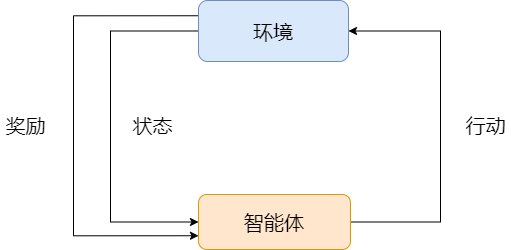
The draw.io diagram rl.drawio.png in lakomi/pictures, before a commit. Source tidied: cells renumbered, new cells last; positions are measured from the earlier drawing's top-left corner, leaving out a move shared by most shapes.
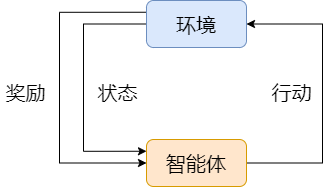
Above is the later version.

The edit, as a diff of the source:
```diff
@@ -2,44 +2,44 @@
   <root>
     <mxCell id="0" />
     <mxCell id="1" parent="0" />
-    <mxCell id="2" style="edgeStyle=orthogonalEdgeStyle;rounded=0;jettySize=auto;html=1;exitX=0;exitY=0.5;exitDx=0;exitDy=0;entryX=0;entryY=0.5;entryDx=0;entryDy=0;fontSize=20;strokeColor=#000000;" parent="1" edge="1" source="4" target="6">
-      <mxGeometry relative="1" as="geometry">
-        <Array as="points">
-          <mxPoint x="110" y="30" />
-          <mxPoint x="110" y="222" />
-        </Array>
-      </mxGeometry>
-    </mxCell>
-    <mxCell id="3" style="edgeStyle=orthogonalEdgeStyle;rounded=0;jettySize=auto;html=1;exitX=0;exitY=0.25;exitDx=0;exitDy=0;entryX=0;entryY=0.75;entryDx=0;entryDy=0;fontSize=20;strokeColor=#000000;" parent="1" edge="1" source="4" target="6">
-      <mxGeometry relative="1" as="geometry">
-        <Array as="points">
-          <mxPoint x="73" y="15" />
-          <mxPoint x="73" y="235" />
-        </Array>
-      </mxGeometry>
-    </mxCell>
+    <mxCell id="10" style="edgeStyle=orthogonalEdgeStyle;rounded=0;jettySize=auto;html=1;exitX=0;exitY=0.5;exitDx=0;exitDy=0;entryX=0;entryY=0.25;entryDx=0;entryDy=0;" parent="1" edge="1" source="4" target="6">
+      <mxGeometry relative="1" as="geometry">
+        <Array as="points">
+          <mxPoint x="135" y="24" />
+          <mxPoint x="135" y="151" />
+        </Array>
+      </mxGeometry>
+    </mxCell>
+    <mxCell id="11" style="edgeStyle=orthogonalEdgeStyle;rounded=0;jettySize=auto;html=1;exitX=0;exitY=0.25;exitDx=0;exitDy=0;entryX=0;entryY=0.5;entryDx=0;entryDy=0;" parent="1" edge="1" source="4" target="6">
+      <mxGeometry relative="1" as="geometry">
+        <Array as="points">
+          <mxPoint x="111" y="12" />
+          <mxPoint x="111" y="163" />
+        </Array>
+      </mxGeometry>
+    </mxCell>
     <mxCell id="4" value="环境" style="rounded=1;whiteSpace=wrap;html=1;fontSize=20;fillColor=#dae8fc;strokeColor=#6c8ebf;" parent="1" vertex="1">
-      <mxGeometry x="198" width="150" height="61" as="geometry" />
+      <mxGeometry x="198" width="100" height="47" as="geometry" />
     </mxCell>
-    <mxCell id="5" style="edgeStyle=orthogonalEdgeStyle;rounded=0;jettySize=auto;html=1;exitX=1;exitY=0.5;exitDx=0;exitDy=0;entryX=1;entryY=0.5;entryDx=0;entryDy=0;fontSize=20;strokeColor=#000000;" parent="1" edge="1" source="6" target="4">
+    <mxCell id="5" style="edgeStyle=orthogonalEdgeStyle;rounded=0;jettySize=auto;html=1;exitX=1;exitY=0.5;exitDx=0;exitDy=0;entryX=1;entryY=0.5;entryDx=0;entryDy=0;" parent="1" edge="1" source="6" target="4">
       <mxGeometry relative="1" as="geometry">
         <Array as="points">
-          <mxPoint x="440" y="222" />
-          <mxPoint x="440" y="30" />
+          <mxPoint x="374" y="163" />
+          <mxPoint x="374" y="24" />
         </Array>
       </mxGeometry>
     </mxCell>
     <mxCell id="6" value="智能体" style="rounded=1;whiteSpace=wrap;html=1;fontSize=20;fillColor=#ffe6cc;strokeColor=#d79b00;" parent="1" vertex="1">
-      <mxGeometry x="198" y="194" width="152" height="55" as="geometry" />
+      <mxGeometry x="198" y="139" width="100" height="47" as="geometry" />
     </mxCell>
     <mxCell id="7" value="行动" style="text;html=1;align=center;verticalAlign=middle;strokeColor=none;fillColor=none;fontSize=20;" parent="1" vertex="1">
-      <mxGeometry x="460" y="111" width="50" height="28" as="geometry" />
+      <mxGeometry x="318" y="78" width="50" height="28" as="geometry" />
     </mxCell>
     <mxCell id="8" value="状态" style="text;html=1;align=center;verticalAlign=middle;strokeColor=none;fillColor=none;fontSize=20;" parent="1" vertex="1">
-      <mxGeometry x="127" y="111" width="50" height="28" as="geometry" />
+      <mxGeometry x="144" y="78" width="50" height="28" as="geometry" />
     </mxCell>
     <mxCell id="9" value="奖励" style="text;html=1;align=center;verticalAlign=middle;strokeColor=none;fillColor=none;fontSize=20;" parent="1" vertex="1">
-      <mxGeometry y="111" width="50" height="28" as="geometry" />
+      <mxGeometry x="52" y="78" width="50" height="28" as="geometry" />
     </mxCell>
   </root>
 </mxGraphModel>
```
